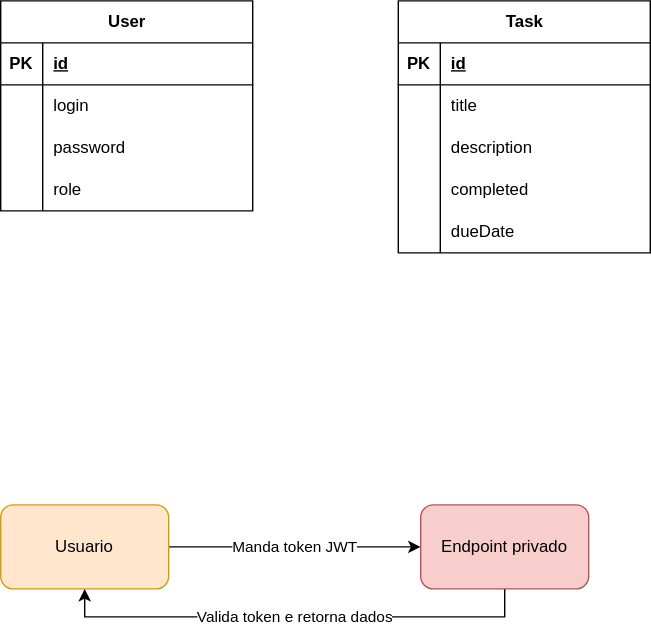
This is task-management-project.svg from Sans-arch/task-management, a draw.io export, as it was before one commit. Source tidied: cells renumbered, new cells last; positions are measured from the earlier drawing's top-left corner, leaving out a move shared by most shapes. Source of this version:
```xml
<mxGraphModel>
  <root>
    <mxCell id="0" />
    <mxCell id="1" parent="0" />
    <mxCell id="2" value="User" style="shape=table;startSize=30;rowLines=0;fontStyle=1;align=center;html=1;" parent="1" vertex="1">
      <mxGeometry width="180" height="150" as="geometry" />
    </mxCell>
    <mxCell id="3" style="shape=tableRow;horizontal=0;startSize=0;swimlaneHead=0;swimlaneBody=0;fillColor=none;top=0;left=0;right=0;bottom=1;" parent="2" vertex="1">
      <mxGeometry y="30" width="180" height="30" as="geometry" />
    </mxCell>
    <mxCell id="4" value="PK" style="shape=partialRectangle;fillColor=none;top=0;left=0;bottom=0;right=0;fontStyle=1;overflow=hidden;whiteSpace=wrap;html=1;" parent="3" vertex="1">
      <mxGeometry width="30" height="30" as="geometry" />
    </mxCell>
    <mxCell id="5" value="id" style="shape=partialRectangle;fillColor=none;top=0;left=0;bottom=0;right=0;align=left;spacingLeft=6;fontStyle=5;overflow=hidden;whiteSpace=wrap;html=1;" parent="3" vertex="1">
      <mxGeometry x="30" width="150" height="30" as="geometry" />
    </mxCell>
    <mxCell id="6" style="shape=tableRow;horizontal=0;startSize=0;swimlaneHead=0;swimlaneBody=0;fillColor=none;top=0;left=0;right=0;bottom=0;" parent="2" vertex="1">
      <mxGeometry y="60" width="180" height="30" as="geometry" />
    </mxCell>
    <mxCell id="7" style="shape=partialRectangle;fillColor=none;top=0;left=0;bottom=0;right=0;overflow=hidden;whiteSpace=wrap;html=1;" parent="6" vertex="1">
      <mxGeometry width="30" height="30" as="geometry" />
    </mxCell>
    <mxCell id="8" value="login" style="shape=partialRectangle;fillColor=none;top=0;left=0;bottom=0;right=0;align=left;spacingLeft=6;overflow=hidden;whiteSpace=wrap;html=1;" parent="6" vertex="1">
      <mxGeometry x="30" width="150" height="30" as="geometry" />
    </mxCell>
    <mxCell id="9" style="shape=tableRow;horizontal=0;startSize=0;swimlaneHead=0;swimlaneBody=0;fillColor=none;top=0;left=0;right=0;bottom=0;" parent="2" vertex="1">
      <mxGeometry y="90" width="180" height="30" as="geometry" />
    </mxCell>
    <mxCell id="10" style="shape=partialRectangle;fillColor=none;top=0;left=0;bottom=0;right=0;overflow=hidden;whiteSpace=wrap;html=1;" parent="9" vertex="1">
      <mxGeometry width="30" height="30" as="geometry" />
    </mxCell>
    <mxCell id="11" value="password" style="shape=partialRectangle;fillColor=none;top=0;left=0;bottom=0;right=0;align=left;spacingLeft=6;overflow=hidden;whiteSpace=wrap;html=1;" parent="9" vertex="1">
      <mxGeometry x="30" width="150" height="30" as="geometry" />
    </mxCell>
    <mxCell id="12" style="shape=tableRow;horizontal=0;startSize=0;swimlaneHead=0;swimlaneBody=0;fillColor=none;top=0;left=0;right=0;bottom=0;" parent="2" vertex="1">
      <mxGeometry y="120" width="180" height="30" as="geometry" />
    </mxCell>
    <mxCell id="13" style="shape=partialRectangle;fillColor=none;top=0;left=0;bottom=0;right=0;overflow=hidden;whiteSpace=wrap;html=1;" parent="12" vertex="1">
      <mxGeometry width="30" height="30" as="geometry" />
    </mxCell>
    <mxCell id="14" value="role" style="shape=partialRectangle;fillColor=none;top=0;left=0;bottom=0;right=0;align=left;spacingLeft=6;overflow=hidden;whiteSpace=wrap;html=1;" parent="12" vertex="1">
      <mxGeometry x="30" width="150" height="30" as="geometry" />
    </mxCell>
    <mxCell id="15" value="Task" style="shape=table;startSize=30;rowLines=0;fontStyle=1;align=center;html=1;" parent="1" vertex="1">
      <mxGeometry x="284" width="180" height="180" as="geometry" />
    </mxCell>
    <mxCell id="16" style="shape=tableRow;horizontal=0;startSize=0;swimlaneHead=0;swimlaneBody=0;fillColor=none;top=0;left=0;right=0;bottom=1;" parent="15" vertex="1">
      <mxGeometry y="30" width="180" height="30" as="geometry" />
    </mxCell>
    <mxCell id="17" value="PK" style="shape=partialRectangle;fillColor=none;top=0;left=0;bottom=0;right=0;fontStyle=1;overflow=hidden;whiteSpace=wrap;html=1;" parent="16" vertex="1">
      <mxGeometry width="30" height="30" as="geometry" />
    </mxCell>
    <mxCell id="18" value="id" style="shape=partialRectangle;fillColor=none;top=0;left=0;bottom=0;right=0;align=left;spacingLeft=6;fontStyle=5;overflow=hidden;whiteSpace=wrap;html=1;" parent="16" vertex="1">
      <mxGeometry x="30" width="150" height="30" as="geometry" />
    </mxCell>
    <mxCell id="19" style="shape=tableRow;horizontal=0;startSize=0;swimlaneHead=0;swimlaneBody=0;fillColor=none;top=0;left=0;right=0;bottom=0;" parent="15" vertex="1">
      <mxGeometry y="60" width="180" height="30" as="geometry" />
    </mxCell>
    <mxCell id="20" style="shape=partialRectangle;fillColor=none;top=0;left=0;bottom=0;right=0;overflow=hidden;whiteSpace=wrap;html=1;" parent="19" vertex="1">
      <mxGeometry width="30" height="30" as="geometry" />
    </mxCell>
    <mxCell id="21" value="title" style="shape=partialRectangle;fillColor=none;top=0;left=0;bottom=0;right=0;align=left;spacingLeft=6;overflow=hidden;whiteSpace=wrap;html=1;" parent="19" vertex="1">
      <mxGeometry x="30" width="150" height="30" as="geometry" />
    </mxCell>
    <mxCell id="22" style="shape=tableRow;horizontal=0;startSize=0;swimlaneHead=0;swimlaneBody=0;fillColor=none;top=0;left=0;right=0;bottom=0;" parent="15" vertex="1">
      <mxGeometry y="90" width="180" height="30" as="geometry" />
    </mxCell>
    <mxCell id="23" style="shape=partialRectangle;fillColor=none;top=0;left=0;bottom=0;right=0;overflow=hidden;whiteSpace=wrap;html=1;" parent="22" vertex="1">
      <mxGeometry width="30" height="30" as="geometry" />
    </mxCell>
    <mxCell id="24" value="description" style="shape=partialRectangle;fillColor=none;top=0;left=0;bottom=0;right=0;align=left;spacingLeft=6;overflow=hidden;whiteSpace=wrap;html=1;" parent="22" vertex="1">
      <mxGeometry x="30" width="150" height="30" as="geometry" />
    </mxCell>
    <mxCell id="25" style="shape=tableRow;horizontal=0;startSize=0;swimlaneHead=0;swimlaneBody=0;fillColor=none;top=0;left=0;right=0;bottom=0;" parent="15" vertex="1">
      <mxGeometry y="120" width="180" height="30" as="geometry" />
    </mxCell>
    <mxCell id="26" style="shape=partialRectangle;fillColor=none;top=0;left=0;bottom=0;right=0;overflow=hidden;whiteSpace=wrap;html=1;" parent="25" vertex="1">
      <mxGeometry width="30" height="30" as="geometry" />
    </mxCell>
    <mxCell id="27" value="completed" style="shape=partialRectangle;fillColor=none;top=0;left=0;bottom=0;right=0;align=left;spacingLeft=6;overflow=hidden;whiteSpace=wrap;html=1;" parent="25" vertex="1">
      <mxGeometry x="30" width="150" height="30" as="geometry" />
    </mxCell>
    <mxCell id="28" style="shape=tableRow;horizontal=0;startSize=0;swimlaneHead=0;swimlaneBody=0;fillColor=none;top=0;left=0;right=0;bottom=0;" parent="15" vertex="1">
      <mxGeometry y="150" width="180" height="30" as="geometry" />
    </mxCell>
    <mxCell id="29" style="shape=partialRectangle;fillColor=none;top=0;left=0;bottom=0;right=0;overflow=hidden;whiteSpace=wrap;html=1;" parent="28" vertex="1">
      <mxGeometry width="30" height="30" as="geometry" />
    </mxCell>
    <mxCell id="30" value="dueDate" style="shape=partialRectangle;fillColor=none;top=0;left=0;bottom=0;right=0;align=left;spacingLeft=6;overflow=hidden;whiteSpace=wrap;html=1;" parent="28" vertex="1">
      <mxGeometry x="30" width="150" height="30" as="geometry" />
    </mxCell>
    <mxCell id="31" style="edgeStyle=orthogonalEdgeStyle;rounded=0;jettySize=auto;html=1;entryX=0;entryY=0.5;entryDx=0;entryDy=0;" parent="1" edge="1" source="33" target="36">
      <mxGeometry relative="1" as="geometry" />
    </mxCell>
    <mxCell id="32" value="Manda token JWT" style="edgeLabel;html=1;align=center;verticalAlign=middle;" parent="31" vertex="1">
      <mxGeometry x="-0.41" y="1" relative="1" as="geometry">
        <mxPoint x="37" y="1" as="offset" />
      </mxGeometry>
    </mxCell>
    <mxCell id="33" value="Usuario" style="rounded=1;whiteSpace=wrap;html=1;fillColor=#ffe6cc;strokeColor=#d79b00;" parent="1" vertex="1">
      <mxGeometry y="360" width="120" height="60" as="geometry" />
    </mxCell>
    <mxCell id="34" style="edgeStyle=orthogonalEdgeStyle;rounded=0;jettySize=auto;html=1;entryX=0.5;entryY=1;entryDx=0;entryDy=0;" parent="1" edge="1" source="36" target="33">
      <mxGeometry relative="1" as="geometry">
        <Array as="points">
          <mxPoint x="360" y="440" />
          <mxPoint x="60" y="440" />
        </Array>
      </mxGeometry>
    </mxCell>
    <mxCell id="35" value="Valida token e retorna dados" style="edgeLabel;html=1;align=center;verticalAlign=middle;" parent="34" vertex="1">
      <mxGeometry x="0.23" relative="1" as="geometry">
        <mxPoint x="39" as="offset" />
      </mxGeometry>
    </mxCell>
    <mxCell id="36" value="Endpoint privado" style="rounded=1;whiteSpace=wrap;html=1;fillColor=#f8cecc;strokeColor=#b85450;" parent="1" vertex="1">
      <mxGeometry x="300" y="360" width="120" height="60" as="geometry" />
    </mxCell>
  </root>
</mxGraphModel>
```
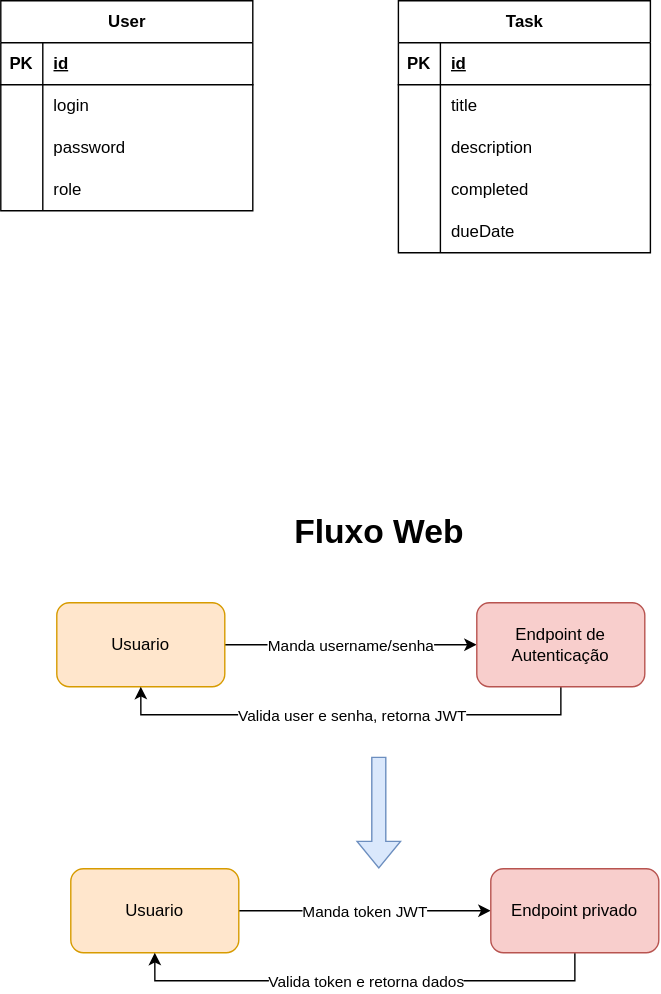
The same file after the commit.

What changed in the source:
```diff
@@ -92,29 +92,65 @@
     <mxCell id="31" style="edgeStyle=orthogonalEdgeStyle;rounded=0;jettySize=auto;html=1;entryX=0;entryY=0.5;entryDx=0;entryDy=0;" parent="1" edge="1" source="33" target="36">
       <mxGeometry relative="1" as="geometry" />
     </mxCell>
-    <mxCell id="32" value="Manda token JWT" style="edgeLabel;html=1;align=center;verticalAlign=middle;" parent="31" vertex="1">
+    <mxCell id="32" value="Manda username/senha" style="edgeLabel;html=1;align=center;verticalAlign=middle;" parent="31" vertex="1">
       <mxGeometry x="-0.41" y="1" relative="1" as="geometry">
         <mxPoint x="37" y="1" as="offset" />
       </mxGeometry>
     </mxCell>
     <mxCell id="33" value="Usuario" style="rounded=1;whiteSpace=wrap;html=1;fillColor=#ffe6cc;strokeColor=#d79b00;" parent="1" vertex="1">
-      <mxGeometry y="360" width="120" height="60" as="geometry" />
+      <mxGeometry x="40" y="430" width="120" height="60" as="geometry" />
     </mxCell>
     <mxCell id="34" style="edgeStyle=orthogonalEdgeStyle;rounded=0;jettySize=auto;html=1;entryX=0.5;entryY=1;entryDx=0;entryDy=0;" parent="1" edge="1" source="36" target="33">
       <mxGeometry relative="1" as="geometry">
         <Array as="points">
-          <mxPoint x="360" y="440" />
-          <mxPoint x="60" y="440" />
+          <mxPoint x="400" y="510" />
+          <mxPoint x="100" y="510" />
         </Array>
       </mxGeometry>
     </mxCell>
-    <mxCell id="35" value="Valida token e retorna dados" style="edgeLabel;html=1;align=center;verticalAlign=middle;" parent="34" vertex="1">
+    <mxCell id="35" value="Valida user e senha, retorna JWT" style="edgeLabel;html=1;align=center;verticalAlign=middle;" parent="34" vertex="1">
       <mxGeometry x="0.23" relative="1" as="geometry">
         <mxPoint x="39" as="offset" />
       </mxGeometry>
     </mxCell>
-    <mxCell id="36" value="Endpoint privado" style="rounded=1;whiteSpace=wrap;html=1;fillColor=#f8cecc;strokeColor=#b85450;" parent="1" vertex="1">
-      <mxGeometry x="300" y="360" width="120" height="60" as="geometry" />
+    <mxCell id="36" value="Endpoint de Autenticação" style="rounded=1;whiteSpace=wrap;html=1;fillColor=#f8cecc;strokeColor=#b85450;" parent="1" vertex="1">
+      <mxGeometry x="340" y="430" width="120" height="60" as="geometry" />
     </mxCell>
+    <mxCell id="37" style="edgeStyle=orthogonalEdgeStyle;rounded=0;jettySize=auto;html=1;entryX=0;entryY=0.5;entryDx=0;entryDy=0;" parent="1" edge="1" source="39" target="42">
+      <mxGeometry relative="1" as="geometry" />
+    </mxCell>
+    <mxCell id="38" value="Manda token JWT" style="edgeLabel;html=1;align=center;verticalAlign=middle;" parent="37" vertex="1">
+      <mxGeometry x="-0.41" y="1" relative="1" as="geometry">
+        <mxPoint x="37" y="1" as="offset" />
+      </mxGeometry>
+    </mxCell>
+    <mxCell id="39" value="Usuario" style="rounded=1;whiteSpace=wrap;html=1;fillColor=#ffe6cc;strokeColor=#d79b00;" parent="1" vertex="1">
+      <mxGeometry x="50" y="620" width="120" height="60" as="geometry" />
+    </mxCell>
+    <mxCell id="40" style="edgeStyle=orthogonalEdgeStyle;rounded=0;jettySize=auto;html=1;entryX=0.5;entryY=1;entryDx=0;entryDy=0;" parent="1" edge="1" source="42" target="39">
+      <mxGeometry relative="1" as="geometry">
+        <Array as="points">
+          <mxPoint x="410" y="700" />
+          <mxPoint x="110" y="700" />
+        </Array>
+      </mxGeometry>
+    </mxCell>
+    <mxCell id="41" value="Valida token e retorna dados" style="edgeLabel;html=1;align=center;verticalAlign=middle;" parent="40" vertex="1">
+      <mxGeometry x="0.23" relative="1" as="geometry">
+        <mxPoint x="39" as="offset" />
+      </mxGeometry>
+    </mxCell>
+    <mxCell id="42" value="Endpoint privado" style="rounded=1;whiteSpace=wrap;html=1;fillColor=#f8cecc;strokeColor=#b85450;" parent="1" vertex="1">
+      <mxGeometry x="350" y="620" width="120" height="60" as="geometry" />
+    </mxCell>
+    <mxCell id="43" style="shape=flexArrow;endArrow=classic;html=1;rounded=0;fillColor=#dae8fc;strokeColor=#6c8ebf;" parent="1" edge="1">
+      <mxGeometry relative="1" as="geometry">
+        <mxPoint x="270" y="540" as="sourcePoint" />
+        <mxPoint x="270" y="620" as="targetPoint" />
+      </mxGeometry>
+    </mxCell>
+    <mxCell id="44" value="Fluxo Web" style="text;strokeColor=none;fillColor=none;html=1;fontSize=24;fontStyle=1;verticalAlign=middle;align=center;" parent="1" vertex="1">
+      <mxGeometry x="220" y="360" width="100" height="40" as="geometry" />
+    </mxCell>
   </root>
 </mxGraphModel>
```
